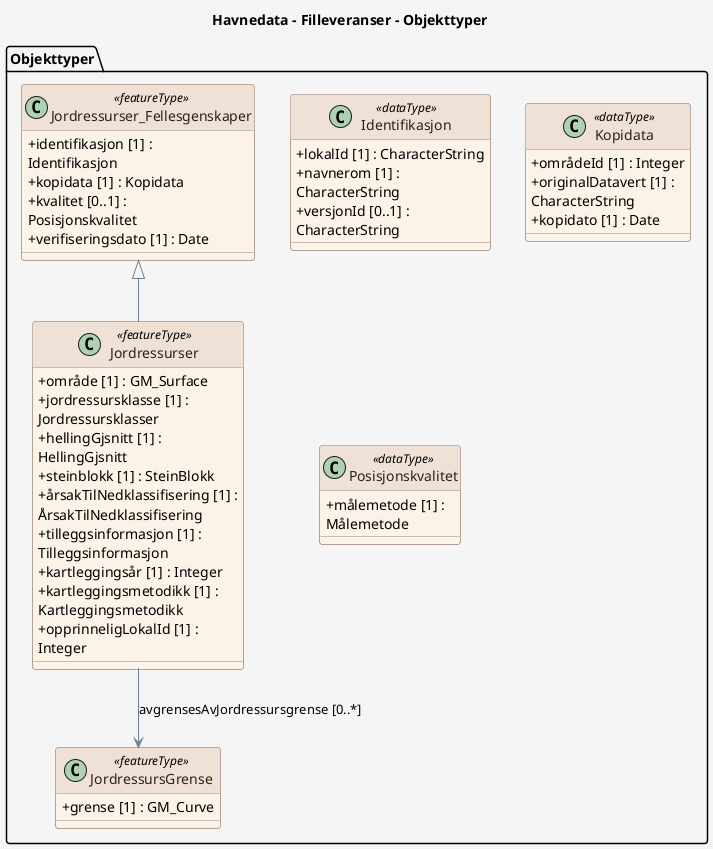
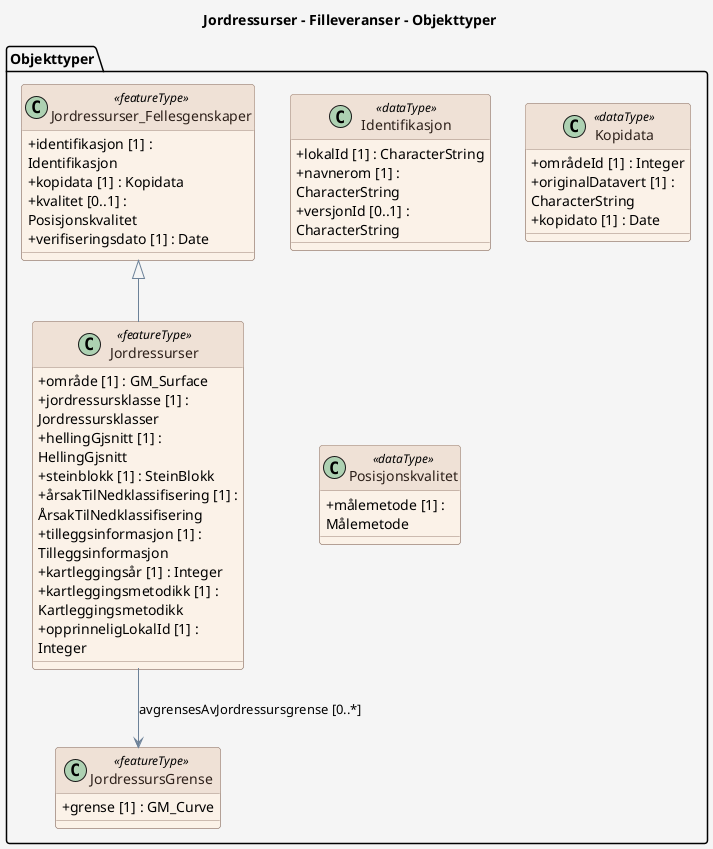
@startuml
' For wide diagrams, render with: plantuml -DPLANTUML_LIMIT_SIZE=16384 ...
' The 'scale max' directive below caps the rendered output to prevent the
' default PlantUML 4096px size limit from cropping the diagram.
scale max 4000*4000

- title Havnedata - Filleveranser - Objekttyper
+ title Jordressurser - Filleveranser - Objekttyper

skinparam backgroundColor #F5F5F5
skinparam shadowing false
skinparam RoundCorner 6
skinparam ArrowColor #6C8198
skinparam wrapWidth 200
skinparam class {
  BackgroundColor #FBF2E8
  BorderColor #9C8578
  FontColor #2D201A
  HeaderBackgroundColor #EFE1D6
  HeaderFontColor #2D201A
  AttributeIconSize 0
}
skinparam note {
  BackgroundColor #FFFFFF
  BorderColor #6C8198
  FontColor #2D201A
}
skinparam stereotypeCBackgroundColor #EAD9CE
skinparam stereotypeCBorderColor #9C8578
skinparam stereotypeCFontColor #2D201A

package "Objekttyper" {

  class JordressursGrense <<featureType>> {
    + grense [1] : GM_Curve
  }

  class Jordressurser_Fellesgenskaper <<featureType>> {
    + identifikasjon [1] : Identifikasjon
    + kopidata [1] : Kopidata
    + kvalitet [0..1] : Posisjonskvalitet
    + verifiseringsdato [1] : Date
  }

  class Jordressurser <<featureType>> {
    + område [1] : GM_Surface
    + jordressursklasse [1] : Jordressursklasser
    + hellingGjsnitt [1] : HellingGjsnitt
    + steinblokk [1] : SteinBlokk
    + årsakTilNedklassifisering [1] : ÅrsakTilNedklassifisering
    + tilleggsinformasjon [1] : Tilleggsinformasjon
    + kartleggingsår [1] : Integer
    + kartleggingsmetodikk [1] : Kartleggingsmetodikk
    + opprinneligLokalId [1] : Integer
  }

  class Identifikasjon <<dataType>> {
    + lokalId [1] : CharacterString
    + navnerom [1] : CharacterString
    + versjonId [0..1] : CharacterString
  }

  class Kopidata <<dataType>> {
    + områdeId [1] : Integer
    + originalDatavert [1] : CharacterString
    + kopidato [1] : Date
  }

  class Posisjonskvalitet <<dataType>> {
    + målemetode [1] : Målemetode
  }
}

  Jordressurser_Fellesgenskaper <|-- Jordressurser
  Jordressurser --> JordressursGrense : avgrensesAvJordressursgrense [0..*]

@enduml
